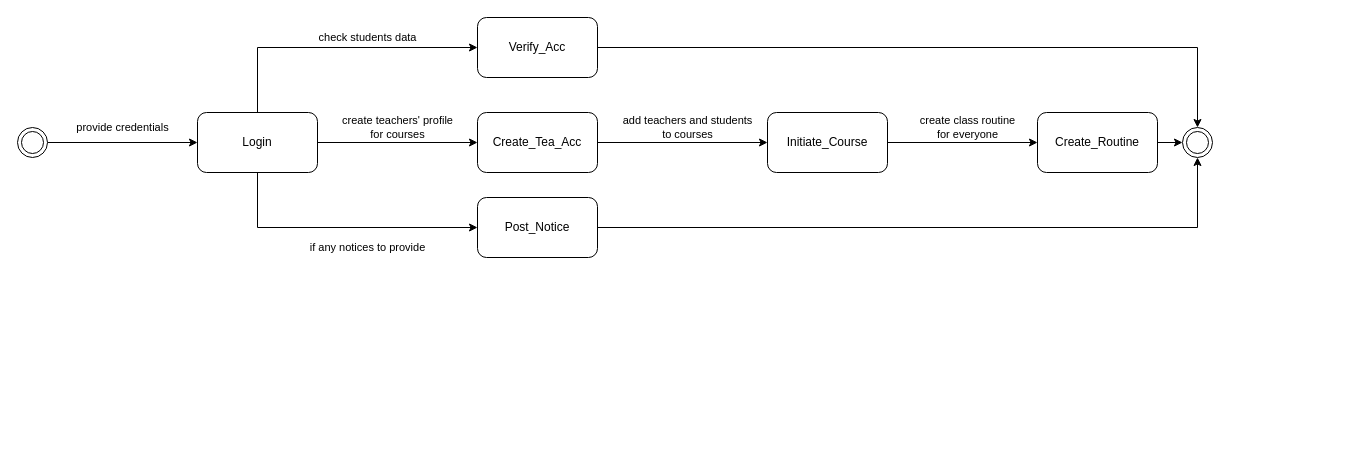
Before: page "State-1 Admin" (35 of 37) of Diagrams.drawio in shirrsho/E-shcool, a draw.io diagram. Source tidied: cells renumbered, new cells numbered last; positions are measured from the earlier drawing's top-left corner, leaving out a move shared by most shapes. Both pictures are drawn from the tidied source at 100%, with x=0, y=0 at pixel (17, 17).
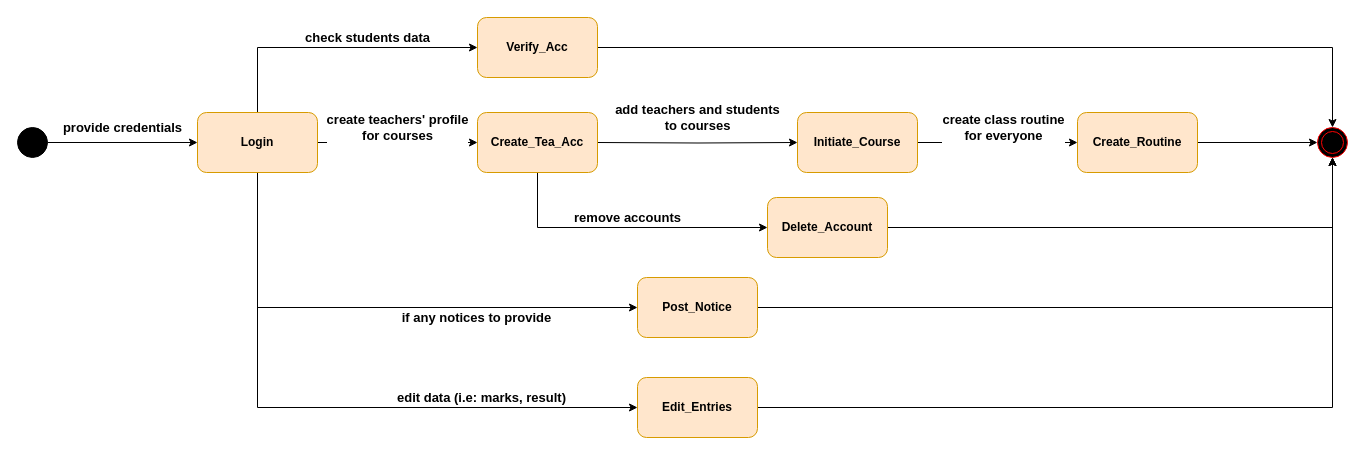
After the change.

The edit, as a diff of the source:
```diff
@@
-    <mxCell id="2" value="provide credentials" style="edgeStyle=orthogonalEdgeStyle;rounded=0;jettySize=auto;html=1;entryX=0;entryY=0.5;entryDx=0;entryDy=0;" parent="1" edge="1" source="3" target="7">
+    <mxCell id="2" value="provide credentials" style="edgeStyle=orthogonalEdgeStyle;rounded=0;jettySize=auto;html=1;entryX=0;entryY=0.5;entryDx=0;entryDy=0;fontStyle=1;fontSize=13;" parent="1" edge="1" source="3" target="7">
       <mxGeometry y="15" relative="1" as="geometry" />
     </mxCell>
-    <mxCell id="3" style="ellipse;shape=doubleEllipse;html=1;dashed=0;whitespace=wrap;" parent="1" vertex="1">
+    <mxCell id="3" style="ellipse;shape=doubleEllipse;html=1;dashed=0;whitespace=wrap;fillColor=#000000;fontStyle=1;" parent="1" vertex="1">
       <mxGeometry y="110" width="30" height="30" as="geometry" />
     </mxCell>
-    <mxCell id="4" value="create teachers' profile&lt;br&gt;for courses" style="edgeStyle=orthogonalEdgeStyle;rounded=0;jettySize=auto;html=1;" parent="1" edge="1" source="7" target="9">
+    <mxCell id="4" value="create teachers' profile&lt;br style=&quot;font-size: 13px;&quot;&gt;for courses" style="edgeStyle=orthogonalEdgeStyle;rounded=0;jettySize=auto;html=1;fontStyle=1;fontSize=13;" parent="1" edge="1" source="7" target="9">
       <mxGeometry y="15" relative="1" as="geometry" />
     </mxCell>
-    <mxCell id="5" value="check students data" style="edgeStyle=orthogonalEdgeStyle;rounded=0;jettySize=auto;html=1;entryX=0;entryY=0.5;entryDx=0;entryDy=0;exitX=0.5;exitY=0;exitDx=0;exitDy=0;" parent="1" edge="1" source="7" target="15">
+    <mxCell id="5" value="check students data" style="edgeStyle=orthogonalEdgeStyle;rounded=0;jettySize=auto;html=1;entryX=0;entryY=0.5;entryDx=0;entryDy=0;exitX=0.5;exitY=0;exitDx=0;exitDy=0;fontStyle=1;fontSize=13;" parent="1" edge="1" source="7" target="15">
       <mxGeometry x="0.23" y="10" relative="1" as="geometry" />
     </mxCell>
-    <mxCell id="6" value="if any notices to provide" style="edgeStyle=orthogonalEdgeStyle;rounded=0;jettySize=auto;html=1;entryX=0;entryY=0.5;entryDx=0;entryDy=0;exitX=0.5;exitY=1;exitDx=0;exitDy=0;" parent="1" edge="1" source="7" target="17">
-      <mxGeometry x="0.2" y="-20" relative="1" as="geometry" />
+    <mxCell id="6" value="if any notices to provide" style="edgeStyle=orthogonalEdgeStyle;rounded=0;jettySize=auto;html=1;entryX=0;entryY=0.5;entryDx=0;entryDy=0;exitX=0.5;exitY=1;exitDx=0;exitDy=0;fontStyle=1;fontSize=13;" parent="1" edge="1" source="7" target="17">
+      <mxGeometry x="0.38" y="-10" relative="1" as="geometry">
+        <mxPoint x="-1" as="offset" />
+      </mxGeometry>
     </mxCell>
+    <mxCell id="19" value="edit data (i.e: marks, result)" style="edgeStyle=orthogonalEdgeStyle;rounded=0;jettySize=auto;html=1;exitX=0.5;exitY=1;exitDx=0;exitDy=0;entryX=0;entryY=0.5;entryDx=0;entryDy=0;fontStyle=1;fontSize=13;" parent="1" edge="1" source="7" target="24">
+      <mxGeometry x="0.49" y="10" relative="1" as="geometry">
+        <mxPoint x="1" as="offset" />
+      </mxGeometry>
+    </mxCell>
-    <mxCell id="7" value="Login" style="rounded=1;whiteSpace=wrap;html=1;" parent="1" vertex="1">
+    <mxCell id="7" value="Login" style="rounded=1;whiteSpace=wrap;html=1;fillColor=#ffe6cc;strokeColor=#d79b00;fontStyle=1;" parent="1" vertex="1">
       <mxGeometry x="180" y="95" width="120" height="60" as="geometry" />
     </mxCell>
-    <mxCell id="8" value="add teachers and students&lt;br&gt;to courses" style="edgeStyle=orthogonalEdgeStyle;rounded=0;orthogonalLoop=1;jettySize=auto;html=1;" parent="1" edge="1">
-      <mxGeometry x="0.06" y="15" relative="1" as="geometry">
+    <mxCell id="8" value="add teachers and students&lt;br style=&quot;font-size: 13px;&quot;&gt;to courses" style="edgeStyle=orthogonalEdgeStyle;rounded=0;jettySize=auto;html=1;fontStyle=1;fontSize=13;entryX=0;entryY=0.5;entryDx=0;entryDy=0;" parent="1" edge="1" target="11">
+      <mxGeometry y="25" relative="1" as="geometry">
         <mxPoint x="580" y="125" as="sourcePoint" />
-        <mxPoint x="750" y="125" as="targetPoint" />
       </mxGeometry>
     </mxCell>
+    <mxCell id="20" value="remove accounts" style="edgeStyle=orthogonalEdgeStyle;rounded=0;jettySize=auto;html=1;entryX=0;entryY=0.5;entryDx=0;entryDy=0;exitX=0.5;exitY=1;exitDx=0;exitDy=0;fontStyle=1;fontSize=13;" parent="1" edge="1" source="9" target="22">
+      <mxGeometry x="0.02" y="10" relative="1" as="geometry" />
+    </mxCell>
-    <mxCell id="9" value="Create_Tea_Acc" style="rounded=1;whiteSpace=wrap;html=1;" parent="1" vertex="1">
+    <mxCell id="9" value="Create_Tea_Acc" style="rounded=1;whiteSpace=wrap;html=1;fillColor=#ffe6cc;strokeColor=#d79b00;fontStyle=1;" parent="1" vertex="1">
       <mxGeometry x="460" y="95" width="120" height="60" as="geometry" />
     </mxCell>
-    <mxCell id="10" value="create class routine&lt;br&gt;for everyone" style="edgeStyle=orthogonalEdgeStyle;rounded=0;jettySize=auto;html=1;" parent="1" edge="1" source="11" target="13">
+    <mxCell id="10" value="create class routine&lt;br style=&quot;font-size: 13px;&quot;&gt;for everyone" style="edgeStyle=orthogonalEdgeStyle;rounded=0;jettySize=auto;html=1;fontStyle=1;fontSize=13;" parent="1" edge="1" source="11" target="13">
       <mxGeometry x="0.07" y="15" relative="1" as="geometry" />
     </mxCell>
-    <mxCell id="11" value="Initiate_Course" style="whiteSpace=wrap;html=1;rounded=1;" parent="1" vertex="1">
-      <mxGeometry x="750" y="95" width="120" height="60" as="geometry" />
+    <mxCell id="11" value="Initiate_Course" style="whiteSpace=wrap;html=1;rounded=1;fillColor=#ffe6cc;strokeColor=#d79b00;fontStyle=1;" parent="1" vertex="1">
+      <mxGeometry x="780" y="95" width="120" height="60" as="geometry" />
     </mxCell>
-    <mxCell id="12" style="edgeStyle=orthogonalEdgeStyle;rounded=0;jettySize=auto;html=1;entryX=0;entryY=0.5;entryDx=0;entryDy=0;" parent="1" edge="1" source="13" target="18">
+    <mxCell id="12" style="edgeStyle=orthogonalEdgeStyle;rounded=0;jettySize=auto;html=1;entryX=0;entryY=0.5;entryDx=0;entryDy=0;fontStyle=1;" parent="1" edge="1" source="13" target="18">
       <mxGeometry relative="1" as="geometry" />
     </mxCell>
-    <mxCell id="13" value="Create_Routine" style="whiteSpace=wrap;html=1;rounded=1;" parent="1" vertex="1">
-      <mxGeometry x="1020" y="95" width="120" height="60" as="geometry" />
+    <mxCell id="13" value="Create_Routine" style="whiteSpace=wrap;html=1;rounded=1;fillColor=#ffe6cc;strokeColor=#d79b00;fontStyle=1;" parent="1" vertex="1">
+      <mxGeometry x="1060" y="95" width="120" height="60" as="geometry" />
     </mxCell>
-    <mxCell id="14" style="edgeStyle=orthogonalEdgeStyle;rounded=0;jettySize=auto;html=1;entryX=0.5;entryY=0;entryDx=0;entryDy=0;" parent="1" edge="1" source="15" target="18">
+    <mxCell id="14" style="edgeStyle=orthogonalEdgeStyle;rounded=0;jettySize=auto;html=1;entryX=0.5;entryY=0;entryDx=0;entryDy=0;fontStyle=1;" parent="1" edge="1" source="15" target="18">
       <mxGeometry relative="1" as="geometry" />
     </mxCell>
-    <mxCell id="15" value="Verify_Acc" style="rounded=1;whiteSpace=wrap;html=1;" parent="1" vertex="1">
+    <mxCell id="15" value="Verify_Acc" style="rounded=1;whiteSpace=wrap;html=1;fillColor=#ffe6cc;strokeColor=#d79b00;fontStyle=1;" parent="1" vertex="1">
       <mxGeometry x="460" width="120" height="60" as="geometry" />
     </mxCell>
-    <mxCell id="16" style="edgeStyle=orthogonalEdgeStyle;rounded=0;jettySize=auto;html=1;entryX=0.5;entryY=1;entryDx=0;entryDy=0;" parent="1" edge="1" source="17" target="18">
+    <mxCell id="16" style="edgeStyle=orthogonalEdgeStyle;rounded=0;jettySize=auto;html=1;entryX=0.5;entryY=1;entryDx=0;entryDy=0;fontStyle=1;" parent="1" edge="1" source="17" target="18">
       <mxGeometry relative="1" as="geometry" />
     </mxCell>
-    <mxCell id="17" value="Post_Notice" style="rounded=1;whiteSpace=wrap;html=1;" parent="1" vertex="1">
-      <mxGeometry x="460" y="180" width="120" height="60" as="geometry" />
+    <mxCell id="17" value="Post_Notice" style="rounded=1;whiteSpace=wrap;html=1;fillColor=#ffe6cc;strokeColor=#d79b00;fontStyle=1;" parent="1" vertex="1">
+      <mxGeometry x="620" y="260" width="120" height="60" as="geometry" />
     </mxCell>
-    <mxCell id="18" style="ellipse;shape=doubleEllipse;html=1;dashed=0;whitespace=wrap;" parent="1" vertex="1">
-      <mxGeometry x="1165" y="110" width="30" height="30" as="geometry" />
+    <mxCell id="18" style="ellipse;shape=doubleEllipse;html=1;dashed=0;whitespace=wrap;fillColor=#000000;strokeColor=#FF0000;fontStyle=1;" parent="1" vertex="1">
+      <mxGeometry x="1300" y="110" width="30" height="30" as="geometry" />
     </mxCell>
+    <mxCell id="21" style="edgeStyle=orthogonalEdgeStyle;rounded=0;jettySize=auto;html=1;entryX=0.5;entryY=1;entryDx=0;entryDy=0;fontStyle=1;" parent="1" edge="1" source="22" target="18">
+      <mxGeometry relative="1" as="geometry" />
+    </mxCell>
+    <mxCell id="22" value="Delete_Account" style="rounded=1;whiteSpace=wrap;html=1;fillColor=#ffe6cc;strokeColor=#d79b00;fontStyle=1;" parent="1" vertex="1">
+      <mxGeometry x="750" y="180" width="120" height="60" as="geometry" />
+    </mxCell>
+    <mxCell id="23" style="edgeStyle=orthogonalEdgeStyle;rounded=0;jettySize=auto;html=1;entryX=0.5;entryY=1;entryDx=0;entryDy=0;fontStyle=1;" parent="1" edge="1" source="24" target="18">
+      <mxGeometry relative="1" as="geometry" />
+    </mxCell>
+    <mxCell id="24" value="Edit_Entries" style="whiteSpace=wrap;html=1;rounded=1;fillColor=#ffe6cc;strokeColor=#d79b00;fontStyle=1;" parent="1" vertex="1">
+      <mxGeometry x="620" y="360" width="120" height="60" as="geometry" />
+    </mxCell>
```
